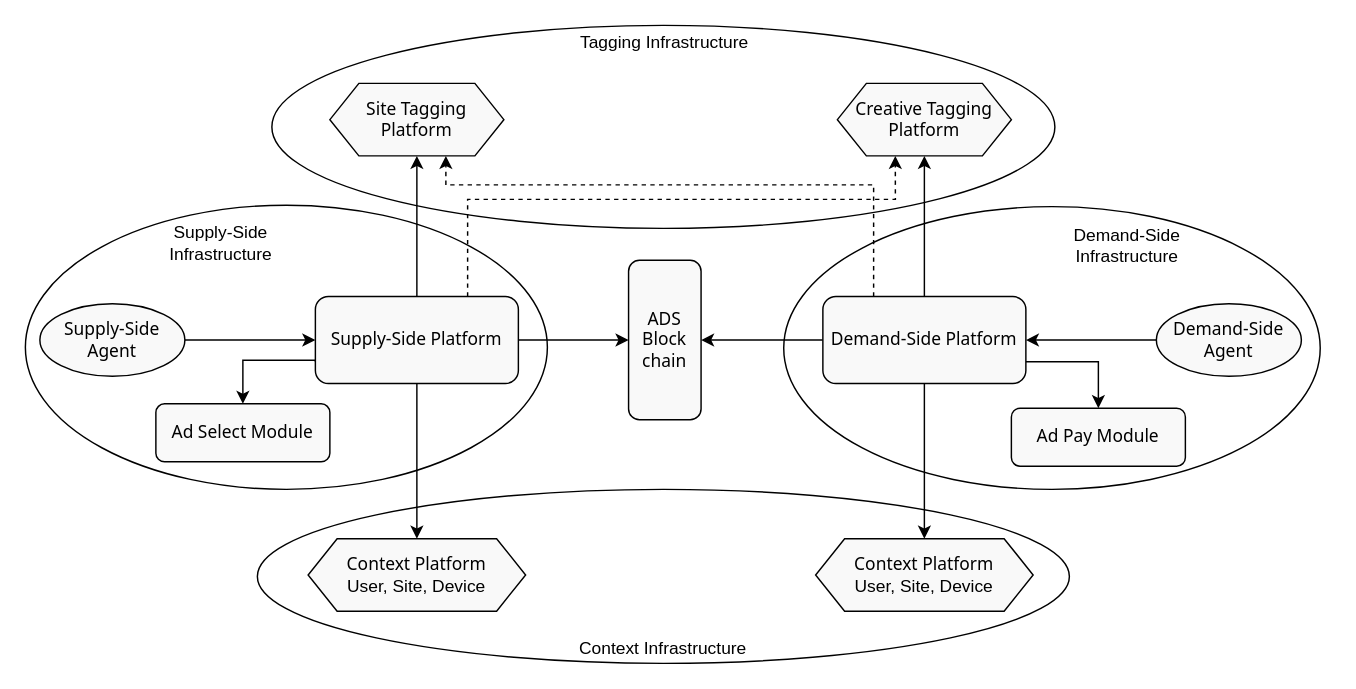
adshares/adshares-docs keeps this draw.io diagram as page "Overview" (1 of 3) of protocol/index.drawio. Above is the earlier version. Source tidied: cells renumbered, new cells numbered last; positions are measured from the earlier drawing's top-left corner, leaving out a move shared by most shapes. Both pictures are drawn from the tidied source at 145%, with x=0, y=0 at pixel (25, 25).
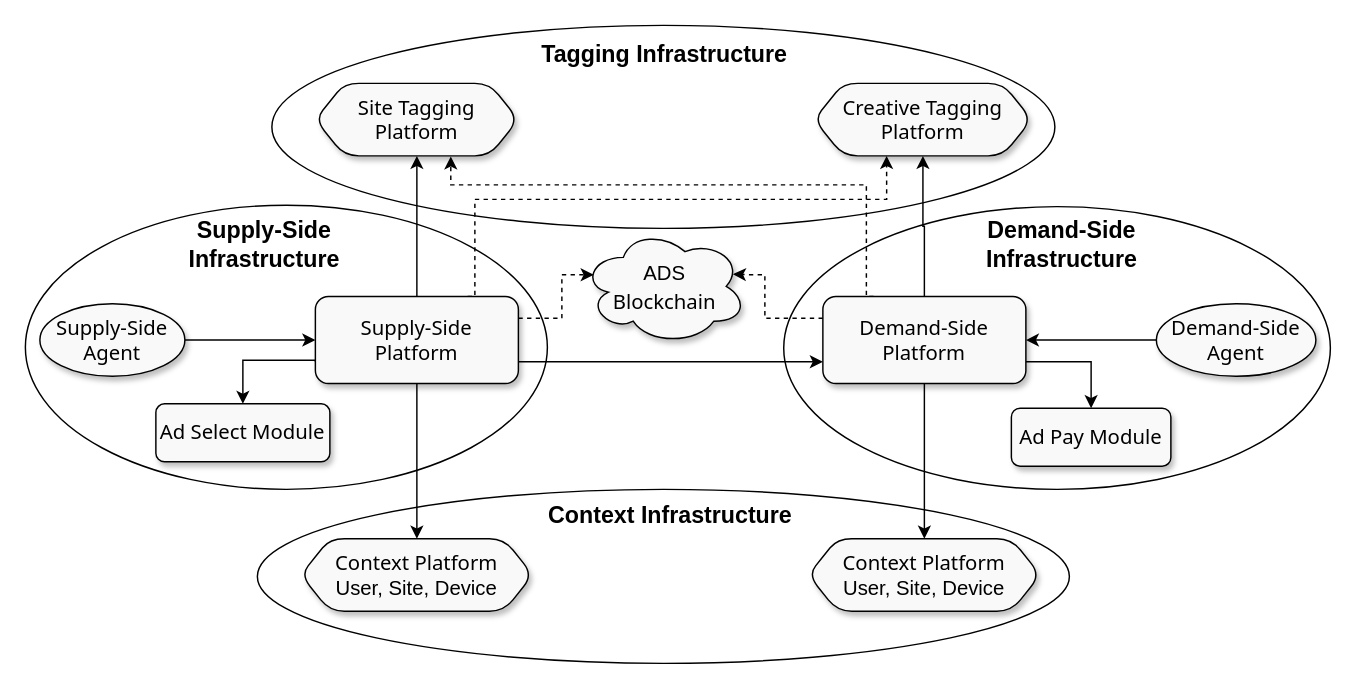
The same page after the edit.

The edit, as a diff of the source:
```diff
@@
-    <mxCell id="2" value="&lt;span style=&quot;font-family: &amp;quot;HCo Gotham&amp;quot;, system-ui, -apple-system, &amp;quot;Segoe UI&amp;quot;, Roboto, &amp;quot;Helvetica Neue&amp;quot;, Arial, &amp;quot;Noto Sans&amp;quot;, &amp;quot;Liberation Sans&amp;quot;, sans-serif, &amp;quot;Apple Color Emoji&amp;quot;, &amp;quot;Segoe UI Emoji&amp;quot;, &amp;quot;Segoe UI Symbol&amp;quot;, &amp;quot;Noto Color Emoji&amp;quot;; text-align: start;&quot;&gt;&lt;font style=&quot;font-size: 12px;&quot;&gt;ADS Block&lt;br&gt;chain&lt;/font&gt;&lt;/span&gt;" style="rounded=1;whiteSpace=wrap;html=1;shadow=0;glass=0;fontColor=#000000;strokeColor=#000000;fillColor=#F9F9F9;" parent="1" vertex="1">
-      <mxGeometry x="416" y="162" width="50" height="110" as="geometry" />
-    </mxCell>
@@
     <mxCell id="5" style="ellipse;whiteSpace=wrap;html=1;fillColor=none;strokeColor=#000000;fontColor=#000000;strokeWidth=1;shadow=0;" parent="1" vertex="1">
-      <mxGeometry x="523" y="125" width="370" height="195" as="geometry" />
+      <mxGeometry x="523" y="125" width="377" height="195" as="geometry" />
     </mxCell>
@@
-    <mxCell id="11" style="edgeStyle=orthogonalEdgeStyle;rounded=0;jettySize=auto;html=1;entryX=0;entryY=0.5;entryDx=0;entryDy=0;" parent="1" edge="1" source="13" target="2">
-      <mxGeometry relative="1" as="geometry" />
+    <mxCell id="11" style="edgeStyle=orthogonalEdgeStyle;rounded=0;jettySize=auto;html=1;entryX=0.07;entryY=0.4;entryDx=0;entryDy=0;exitX=1;exitY=0.25;exitDx=0;exitDy=0;dashed=1;entryPerimeter=0;" parent="1" edge="1" source="13" target="34">
+      <mxGeometry relative="1" as="geometry">
+        <Array as="points">
+          <mxPoint x="370" y="202" />
+          <mxPoint x="370" y="172" />
+        </Array>
+      </mxGeometry>
     </mxCell>
     <mxCell id="12" style="edgeStyle=orthogonalEdgeStyle;rounded=0;jettySize=auto;html=1;entryX=0.333;entryY=1;entryDx=0;entryDy=0;exitX=0.75;exitY=0;exitDx=0;exitDy=0;dashed=1;entryPerimeter=0;" parent="1" edge="1" source="13" target="20">
       <mxGeometry relative="1" as="geometry">
         <Array as="points">
-          <mxPoint x="305" y="120" />
-          <mxPoint x="600" y="120" />
+          <mxPoint x="310" y="187" />
+          <mxPoint x="310" y="120" />
+          <mxPoint x="594" y="120" />
         </Array>
       </mxGeometry>
     </mxCell>
+    <mxCell id="33" style="edgeStyle=orthogonalEdgeStyle;rounded=0;jettySize=auto;html=1;entryX=0;entryY=0.75;entryDx=0;entryDy=0;exitX=1;exitY=0.75;exitDx=0;exitDy=0;" parent="1" edge="1" source="13" target="19">
+      <mxGeometry relative="1" as="geometry" />
+    </mxCell>
-    <mxCell id="13" value="&lt;span style=&quot;font-family: &amp;quot;HCo Gotham&amp;quot;, system-ui, -apple-system, &amp;quot;Segoe UI&amp;quot;, Roboto, &amp;quot;Helvetica Neue&amp;quot;, Arial, &amp;quot;Noto Sans&amp;quot;, &amp;quot;Liberation Sans&amp;quot;, sans-serif, &amp;quot;Apple Color Emoji&amp;quot;, &amp;quot;Segoe UI Emoji&amp;quot;, &amp;quot;Segoe UI Symbol&amp;quot;, &amp;quot;Noto Color Emoji&amp;quot;; text-align: start;&quot;&gt;&lt;font style=&quot;font-size: 12px;&quot;&gt;Supply-Side Platform&lt;/font&gt;&lt;/span&gt;" style="rounded=1;whiteSpace=wrap;html=1;shadow=0;glass=0;fontColor=#000000;strokeColor=#000000;fillColor=#F9F9F9;" parent="1" vertex="1">
+    <mxCell id="13" value="&lt;span style=&quot;font-family: &amp;quot;HCo Gotham&amp;quot;, system-ui, -apple-system, &amp;quot;Segoe UI&amp;quot;, Roboto, &amp;quot;Helvetica Neue&amp;quot;, Arial, &amp;quot;Noto Sans&amp;quot;, &amp;quot;Liberation Sans&amp;quot;, sans-serif, &amp;quot;Apple Color Emoji&amp;quot;, &amp;quot;Segoe UI Emoji&amp;quot;, &amp;quot;Segoe UI Symbol&amp;quot;, &amp;quot;Noto Color Emoji&amp;quot;; text-align: start;&quot;&gt;&lt;font style=&quot;font-size: 14px;&quot;&gt;Supply-Side &lt;br&gt;Platform&lt;/font&gt;&lt;/span&gt;" style="rounded=1;whiteSpace=wrap;html=1;shadow=1;glass=0;fontColor=#000000;strokeColor=#000000;fillColor=#F9F9F9;" parent="1" vertex="1">
       <mxGeometry x="200" y="187" width="140" height="60" as="geometry" />
     </mxCell>
@@
-    <mxCell id="17" style="edgeStyle=orthogonalEdgeStyle;rounded=0;jettySize=auto;html=1;entryX=1;entryY=0.5;entryDx=0;entryDy=0;" parent="1" edge="1" source="19" target="2">
-      <mxGeometry relative="1" as="geometry" />
+    <mxCell id="17" style="edgeStyle=orthogonalEdgeStyle;rounded=0;jettySize=auto;html=1;exitX=0;exitY=0.25;exitDx=0;exitDy=0;dashed=1;entryX=0.916;entryY=0.395;entryDx=0;entryDy=0;entryPerimeter=0;" parent="1" edge="1" source="19" target="34">
+      <mxGeometry relative="1" as="geometry">
+        <Array as="points">
+          <mxPoint x="510" y="202" />
+          <mxPoint x="510" y="172" />
+          <mxPoint x="500" y="172" />
+        </Array>
+      </mxGeometry>
     </mxCell>
-    <mxCell id="18" style="edgeStyle=orthogonalEdgeStyle;rounded=0;jettySize=auto;html=1;dashed=1;exitX=0.25;exitY=0;exitDx=0;exitDy=0;" parent="1" edge="1" source="19">
+    <mxCell id="18" style="edgeStyle=orthogonalEdgeStyle;rounded=0;jettySize=auto;html=1;dashed=1;exitX=0.25;exitY=0;exitDx=0;exitDy=0;entryX=0.667;entryY=1.007;entryDx=0;entryDy=0;entryPerimeter=0;" parent="1" edge="1" source="19" target="21">
       <mxGeometry relative="1" as="geometry">
-        <mxPoint x="290" y="90" as="targetPoint" />
         <Array as="points">
-          <mxPoint x="585" y="110" />
-          <mxPoint x="290" y="110" />
+          <mxPoint x="580" y="187" />
+          <mxPoint x="580" y="110" />
+          <mxPoint x="293" y="110" />
         </Array>
       </mxGeometry>
     </mxCell>
-    <mxCell id="19" value="&lt;span style=&quot;border-color: var(--border-color); font-family: &amp;quot;HCo Gotham&amp;quot;, system-ui, -apple-system, &amp;quot;Segoe UI&amp;quot;, Roboto, &amp;quot;Helvetica Neue&amp;quot;, Arial, &amp;quot;Noto Sans&amp;quot;, &amp;quot;Liberation Sans&amp;quot;, sans-serif, &amp;quot;Apple Color Emoji&amp;quot;, &amp;quot;Segoe UI Emoji&amp;quot;, &amp;quot;Segoe UI Symbol&amp;quot;, &amp;quot;Noto Color Emoji&amp;quot;; text-align: start;&quot;&gt;&lt;font style=&quot;border-color: var(--border-color);&quot;&gt;Demand-Side Platform&lt;/font&gt;&lt;/span&gt;" style="rounded=1;whiteSpace=wrap;html=1;fontColor=#000000;strokeColor=#000000;shadow=0;fillColor=#F9F9F9;" parent="1" vertex="1">
+    <mxCell id="19" value="&lt;span style=&quot;border-color: var(--border-color); font-family: &amp;quot;HCo Gotham&amp;quot;, system-ui, -apple-system, &amp;quot;Segoe UI&amp;quot;, Roboto, &amp;quot;Helvetica Neue&amp;quot;, Arial, &amp;quot;Noto Sans&amp;quot;, &amp;quot;Liberation Sans&amp;quot;, sans-serif, &amp;quot;Apple Color Emoji&amp;quot;, &amp;quot;Segoe UI Emoji&amp;quot;, &amp;quot;Segoe UI Symbol&amp;quot;, &amp;quot;Noto Color Emoji&amp;quot;; text-align: start;&quot;&gt;&lt;font style=&quot;border-color: var(--border-color); font-size: 14px;&quot;&gt;Demand-Side Platform&lt;/font&gt;&lt;/span&gt;" style="rounded=1;whiteSpace=wrap;html=1;fontColor=#000000;strokeColor=#000000;shadow=1;fillColor=#F9F9F9;" parent="1" vertex="1">
       <mxGeometry x="550" y="187" width="140" height="60" as="geometry" />
     </mxCell>
-    <mxCell id="20" value="&lt;span style=&quot;font-family: &amp;quot;HCo Gotham&amp;quot;, system-ui, -apple-system, &amp;quot;Segoe UI&amp;quot;, Roboto, &amp;quot;Helvetica Neue&amp;quot;, Arial, &amp;quot;Noto Sans&amp;quot;, &amp;quot;Liberation Sans&amp;quot;, sans-serif, &amp;quot;Apple Color Emoji&amp;quot;, &amp;quot;Segoe UI Emoji&amp;quot;, &amp;quot;Segoe UI Symbol&amp;quot;, &amp;quot;Noto Color Emoji&amp;quot;; text-align: start;&quot;&gt;&lt;font style=&quot;font-size: 12px;&quot;&gt;Creative Tagging Platform&lt;/font&gt;&lt;/span&gt;&lt;b&gt;&lt;br&gt;&lt;/b&gt;" style="shape=hexagon;perimeter=hexagonPerimeter2;whiteSpace=wrap;html=1;fixedSize=1;fontColor=#000000;strokeColor=#000000;shadow=0;fillColor=#F9F9F9;" parent="1" vertex="1">
-      <mxGeometry x="560" y="40" width="120" height="50" as="geometry" />
+    <mxCell id="20" value="&lt;span style=&quot;font-family: &amp;quot;HCo Gotham&amp;quot;, system-ui, -apple-system, &amp;quot;Segoe UI&amp;quot;, Roboto, &amp;quot;Helvetica Neue&amp;quot;, Arial, &amp;quot;Noto Sans&amp;quot;, &amp;quot;Liberation Sans&amp;quot;, sans-serif, &amp;quot;Apple Color Emoji&amp;quot;, &amp;quot;Segoe UI Emoji&amp;quot;, &amp;quot;Segoe UI Symbol&amp;quot;, &amp;quot;Noto Color Emoji&amp;quot;; text-align: start;&quot;&gt;&lt;font style=&quot;font-size: 14px;&quot;&gt;Creative Tagging Platform&lt;/font&gt;&lt;/span&gt;&lt;b&gt;&lt;br&gt;&lt;/b&gt;" style="shape=hexagon;perimeter=hexagonPerimeter2;whiteSpace=wrap;html=1;fixedSize=1;fontColor=#000000;strokeColor=#000000;shadow=1;fillColor=#F9F9F9;rounded=1;" parent="1" vertex="1">
+      <mxGeometry x="544" y="40" width="150" height="50" as="geometry" />
     </mxCell>
-    <mxCell id="21" value="&lt;span style=&quot;font-family: &amp;quot;HCo Gotham&amp;quot;, system-ui, -apple-system, &amp;quot;Segoe UI&amp;quot;, Roboto, &amp;quot;Helvetica Neue&amp;quot;, Arial, &amp;quot;Noto Sans&amp;quot;, &amp;quot;Liberation Sans&amp;quot;, sans-serif, &amp;quot;Apple Color Emoji&amp;quot;, &amp;quot;Segoe UI Emoji&amp;quot;, &amp;quot;Segoe UI Symbol&amp;quot;, &amp;quot;Noto Color Emoji&amp;quot;; text-align: start;&quot;&gt;&lt;font style=&quot;font-size: 12px;&quot;&gt;Site Tagging&lt;br&gt;Platform&lt;/font&gt;&lt;/span&gt;" style="shape=hexagon;perimeter=hexagonPerimeter2;whiteSpace=wrap;html=1;fixedSize=1;fontColor=#000000;strokeColor=#000000;shadow=0;fillColor=#F9F9F9;" parent="1" vertex="1">
-      <mxGeometry x="210" y="40" width="120" height="50" as="geometry" />
+    <mxCell id="21" value="&lt;span style=&quot;font-family: &amp;quot;HCo Gotham&amp;quot;, system-ui, -apple-system, &amp;quot;Segoe UI&amp;quot;, Roboto, &amp;quot;Helvetica Neue&amp;quot;, Arial, &amp;quot;Noto Sans&amp;quot;, &amp;quot;Liberation Sans&amp;quot;, sans-serif, &amp;quot;Apple Color Emoji&amp;quot;, &amp;quot;Segoe UI Emoji&amp;quot;, &amp;quot;Segoe UI Symbol&amp;quot;, &amp;quot;Noto Color Emoji&amp;quot;; text-align: start;&quot;&gt;&lt;font style=&quot;font-size: 14px;&quot;&gt;Site Tagging&lt;br&gt;Platform&lt;/font&gt;&lt;/span&gt;" style="shape=hexagon;perimeter=hexagonPerimeter2;whiteSpace=wrap;html=1;fixedSize=1;fontColor=#000000;strokeColor=#000000;shadow=1;fillColor=#F9F9F9;rounded=1;" parent="1" vertex="1">
+      <mxGeometry x="200" y="40" width="140" height="50" as="geometry" />
     </mxCell>
@@
-    <mxCell id="23" value="&lt;span style=&quot;border-color: var(--border-color); font-family: &amp;quot;HCo Gotham&amp;quot;, system-ui, -apple-system, &amp;quot;Segoe UI&amp;quot;, Roboto, &amp;quot;Helvetica Neue&amp;quot;, Arial, &amp;quot;Noto Sans&amp;quot;, &amp;quot;Liberation Sans&amp;quot;, sans-serif, &amp;quot;Apple Color Emoji&amp;quot;, &amp;quot;Segoe UI Emoji&amp;quot;, &amp;quot;Segoe UI Symbol&amp;quot;, &amp;quot;Noto Color Emoji&amp;quot;; text-align: start;&quot;&gt;&lt;font style=&quot;border-color: var(--border-color);&quot;&gt;Demand-Side Agent&lt;/font&gt;&lt;/span&gt;" style="ellipse;whiteSpace=wrap;html=1;fontColor=#000000;strokeColor=#000000;shadow=0;fillColor=#F9F9F9;" parent="1" vertex="1">
-      <mxGeometry x="780" y="192" width="100" height="50" as="geometry" />
+    <mxCell id="23" value="&lt;span style=&quot;border-color: var(--border-color); font-family: &amp;quot;HCo Gotham&amp;quot;, system-ui, -apple-system, &amp;quot;Segoe UI&amp;quot;, Roboto, &amp;quot;Helvetica Neue&amp;quot;, Arial, &amp;quot;Noto Sans&amp;quot;, &amp;quot;Liberation Sans&amp;quot;, sans-serif, &amp;quot;Apple Color Emoji&amp;quot;, &amp;quot;Segoe UI Emoji&amp;quot;, &amp;quot;Segoe UI Symbol&amp;quot;, &amp;quot;Noto Color Emoji&amp;quot;; text-align: start;&quot;&gt;&lt;font style=&quot;border-color: var(--border-color); font-size: 14px;&quot;&gt;Demand-Side Agent&lt;/font&gt;&lt;/span&gt;" style="ellipse;whiteSpace=wrap;html=1;fontColor=#000000;strokeColor=#000000;shadow=1;fillColor=#F9F9F9;" parent="1" vertex="1">
+      <mxGeometry x="780" y="192" width="110" height="50" as="geometry" />
     </mxCell>
-    <mxCell id="24" value="&lt;span style=&quot;font-family: &amp;quot;HCo Gotham&amp;quot;, system-ui, -apple-system, &amp;quot;Segoe UI&amp;quot;, Roboto, &amp;quot;Helvetica Neue&amp;quot;, Arial, &amp;quot;Noto Sans&amp;quot;, &amp;quot;Liberation Sans&amp;quot;, sans-serif, &amp;quot;Apple Color Emoji&amp;quot;, &amp;quot;Segoe UI Emoji&amp;quot;, &amp;quot;Segoe UI Symbol&amp;quot;, &amp;quot;Noto Color Emoji&amp;quot;; text-align: start;&quot;&gt;&lt;font style=&quot;font-size: 12px;&quot;&gt;Supply-Side Agent&lt;/font&gt;&lt;/span&gt;" style="ellipse;whiteSpace=wrap;html=1;fontColor=#000000;strokeColor=#000000;shadow=0;fillColor=#F9F9F9;" parent="1" vertex="1">
+    <mxCell id="24" value="&lt;span style=&quot;font-family: &amp;quot;HCo Gotham&amp;quot;, system-ui, -apple-system, &amp;quot;Segoe UI&amp;quot;, Roboto, &amp;quot;Helvetica Neue&amp;quot;, Arial, &amp;quot;Noto Sans&amp;quot;, &amp;quot;Liberation Sans&amp;quot;, sans-serif, &amp;quot;Apple Color Emoji&amp;quot;, &amp;quot;Segoe UI Emoji&amp;quot;, &amp;quot;Segoe UI Symbol&amp;quot;, &amp;quot;Noto Color Emoji&amp;quot;; text-align: start;&quot;&gt;&lt;font style=&quot;font-size: 14px;&quot;&gt;Supply-Side Agent&lt;/font&gt;&lt;/span&gt;" style="ellipse;whiteSpace=wrap;html=1;fontColor=#000000;strokeColor=#000000;shadow=1;fillColor=#F9F9F9;" parent="1" vertex="1">
       <mxGeometry x="10" y="192" width="100" height="50" as="geometry" />
     </mxCell>
-    <mxCell id="25" value="&lt;span style=&quot;border-color: var(--border-color); font-family: &amp;quot;HCo Gotham&amp;quot;, system-ui, -apple-system, &amp;quot;Segoe UI&amp;quot;, Roboto, &amp;quot;Helvetica Neue&amp;quot;, Arial, &amp;quot;Noto Sans&amp;quot;, &amp;quot;Liberation Sans&amp;quot;, sans-serif, &amp;quot;Apple Color Emoji&amp;quot;, &amp;quot;Segoe UI Emoji&amp;quot;, &amp;quot;Segoe UI Symbol&amp;quot;, &amp;quot;Noto Color Emoji&amp;quot;; text-align: start;&quot;&gt;&lt;font style=&quot;border-color: var(--border-color);&quot;&gt;Ad Select Module&lt;/font&gt;&lt;/span&gt;" style="rounded=1;whiteSpace=wrap;html=1;fontColor=#000000;strokeColor=#000000;shadow=0;fillColor=#F9F9F9;" parent="1" vertex="1">
+    <mxCell id="25" value="&lt;span style=&quot;border-color: var(--border-color); font-family: &amp;quot;HCo Gotham&amp;quot;, system-ui, -apple-system, &amp;quot;Segoe UI&amp;quot;, Roboto, &amp;quot;Helvetica Neue&amp;quot;, Arial, &amp;quot;Noto Sans&amp;quot;, &amp;quot;Liberation Sans&amp;quot;, sans-serif, &amp;quot;Apple Color Emoji&amp;quot;, &amp;quot;Segoe UI Emoji&amp;quot;, &amp;quot;Segoe UI Symbol&amp;quot;, &amp;quot;Noto Color Emoji&amp;quot;; text-align: start;&quot;&gt;&lt;font style=&quot;border-color: var(--border-color); font-size: 14px;&quot;&gt;Ad Select Module&lt;/font&gt;&lt;/span&gt;" style="rounded=1;whiteSpace=wrap;html=1;fontColor=#000000;strokeColor=#000000;shadow=1;fillColor=#F9F9F9;" parent="1" vertex="1">
       <mxGeometry x="90" y="261" width="120" height="40" as="geometry" />
     </mxCell>
-    <mxCell id="26" value="&lt;span style=&quot;border-color: var(--border-color); font-family: &amp;quot;HCo Gotham&amp;quot;, system-ui, -apple-system, &amp;quot;Segoe UI&amp;quot;, Roboto, &amp;quot;Helvetica Neue&amp;quot;, Arial, &amp;quot;Noto Sans&amp;quot;, &amp;quot;Liberation Sans&amp;quot;, sans-serif, &amp;quot;Apple Color Emoji&amp;quot;, &amp;quot;Segoe UI Emoji&amp;quot;, &amp;quot;Segoe UI Symbol&amp;quot;, &amp;quot;Noto Color Emoji&amp;quot;; text-align: start;&quot;&gt;&lt;font style=&quot;border-color: var(--border-color);&quot;&gt;Ad Pay Module&lt;/font&gt;&lt;/span&gt;" style="rounded=1;whiteSpace=wrap;html=1;fontColor=#000000;strokeColor=#000000;shadow=0;fillColor=#F9F9F9;" parent="1" vertex="1">
-      <mxGeometry x="680" y="264" width="120" height="40" as="geometry" />
+    <mxCell id="26" value="&lt;span style=&quot;border-color: var(--border-color); font-family: &amp;quot;HCo Gotham&amp;quot;, system-ui, -apple-system, &amp;quot;Segoe UI&amp;quot;, Roboto, &amp;quot;Helvetica Neue&amp;quot;, Arial, &amp;quot;Noto Sans&amp;quot;, &amp;quot;Liberation Sans&amp;quot;, sans-serif, &amp;quot;Apple Color Emoji&amp;quot;, &amp;quot;Segoe UI Emoji&amp;quot;, &amp;quot;Segoe UI Symbol&amp;quot;, &amp;quot;Noto Color Emoji&amp;quot;; text-align: start;&quot;&gt;&lt;font style=&quot;border-color: var(--border-color); font-size: 14px;&quot;&gt;Ad Pay Module&lt;/font&gt;&lt;/span&gt;" style="rounded=1;whiteSpace=wrap;html=1;fontColor=#000000;strokeColor=#000000;shadow=1;fillColor=#F9F9F9;" parent="1" vertex="1">
+      <mxGeometry x="680" y="264" width="110" height="40" as="geometry" />
     </mxCell>
-    <mxCell id="27" value="Context Infrastructure" style="text;html=1;strokeColor=none;fillColor=none;align=center;verticalAlign=middle;whiteSpace=wrap;rounded=0;dashed=1;fontColor=#000000;shadow=0;" parent="1" vertex="1">
-      <mxGeometry x="360" y="420" width="160" height="20" as="geometry" />
+    <mxCell id="27" value="&lt;font style=&quot;font-size: 16px;&quot;&gt;Context Infrastructure&lt;/font&gt;" style="text;html=1;strokeColor=none;fillColor=none;align=center;verticalAlign=middle;whiteSpace=wrap;rounded=0;dashed=1;fontColor=#000000;shadow=0;fontStyle=1;" parent="1" vertex="1">
+      <mxGeometry x="345" y="328" width="200" height="20" as="geometry" />
     </mxCell>
-    <mxCell id="28" value="Tagging Infrastructure" style="text;html=1;strokeColor=none;fillColor=none;align=center;verticalAlign=middle;whiteSpace=wrap;rounded=0;dashed=1;fontColor=#000000;shadow=0;" parent="1" vertex="1">
-      <mxGeometry x="341" y="2" width="200" height="20" as="geometry" />
+    <mxCell id="28" value="&lt;font style=&quot;font-size: 16px;&quot;&gt;Tagging Infrastructure&lt;/font&gt;" style="text;html=1;strokeColor=none;fillColor=none;align=center;verticalAlign=middle;whiteSpace=wrap;rounded=0;dashed=1;fontColor=#000000;shadow=0;fontStyle=1;" parent="1" vertex="1">
+      <mxGeometry x="341" y="10" width="200" height="20" as="geometry" />
     </mxCell>
-    <mxCell id="29" value="Demand-Side Infrastructure" style="text;html=1;strokeColor=none;fillColor=none;align=center;verticalAlign=middle;whiteSpace=wrap;rounded=0;dashed=1;fontColor=#000000;shadow=0;" parent="1" vertex="1">
-      <mxGeometry x="720" y="142" width="80" height="20" as="geometry" />
+    <mxCell id="29" value="&lt;font style=&quot;font-size: 16px;&quot;&gt;Demand-Side Infrastructure&lt;/font&gt;" style="text;html=1;strokeColor=none;fillColor=none;align=center;verticalAlign=middle;whiteSpace=wrap;rounded=0;dashed=1;fontColor=#000000;shadow=0;fontStyle=1;" parent="1" vertex="1">
+      <mxGeometry x="635" y="141" width="160" height="20" as="geometry" />
     </mxCell>
-    <mxCell id="30" value="Supply-Side Infrastructure" style="text;html=1;strokeColor=none;fillColor=none;align=center;verticalAlign=middle;whiteSpace=wrap;rounded=0;dashed=1;fontColor=#000000;shadow=0;" parent="1" vertex="1">
-      <mxGeometry x="90" y="140" width="90" height="20" as="geometry" />
+    <mxCell id="30" value="&lt;font style=&quot;font-size: 16px;&quot;&gt;Supply-Side Infrastructure&lt;/font&gt;" style="text;html=1;strokeColor=none;fillColor=none;align=center;verticalAlign=middle;whiteSpace=wrap;rounded=0;dashed=1;fontColor=#000000;shadow=0;fontStyle=1;" parent="1" vertex="1">
+      <mxGeometry x="105" y="141" width="120" height="20" as="geometry" />
     </mxCell>
-    <mxCell id="31" value="&lt;font style=&quot;font-size: 12px;&quot;&gt;&lt;span style=&quot;font-family: &amp;quot;HCo Gotham&amp;quot;, system-ui, -apple-system, &amp;quot;Segoe UI&amp;quot;, Roboto, &amp;quot;Helvetica Neue&amp;quot;, Arial, &amp;quot;Noto Sans&amp;quot;, &amp;quot;Liberation Sans&amp;quot;, sans-serif, &amp;quot;Apple Color Emoji&amp;quot;, &amp;quot;Segoe UI Emoji&amp;quot;, &amp;quot;Segoe UI Symbol&amp;quot;, &amp;quot;Noto Color Emoji&amp;quot;; text-align: start;&quot;&gt;Context Platform&lt;br&gt;&lt;/span&gt;&lt;/font&gt;User, Site, Device" style="shape=hexagon;perimeter=hexagonPerimeter2;whiteSpace=wrap;html=1;fixedSize=1;fontColor=#000000;strokeColor=#000000;shadow=0;fillColor=#F9F9F9;" parent="1" vertex="1">
-      <mxGeometry x="195" y="354" width="150" height="50" as="geometry" />
+    <mxCell id="31" value="&lt;font style=&quot;font-size: 14px;&quot;&gt;&lt;font style=&quot;&quot;&gt;&lt;span style=&quot;font-family: &amp;quot;HCo Gotham&amp;quot;, system-ui, -apple-system, &amp;quot;Segoe UI&amp;quot;, Roboto, &amp;quot;Helvetica Neue&amp;quot;, Arial, &amp;quot;Noto Sans&amp;quot;, &amp;quot;Liberation Sans&amp;quot;, sans-serif, &amp;quot;Apple Color Emoji&amp;quot;, &amp;quot;Segoe UI Emoji&amp;quot;, &amp;quot;Segoe UI Symbol&amp;quot;, &amp;quot;Noto Color Emoji&amp;quot;; text-align: start;&quot;&gt;Context Platform&lt;br&gt;&lt;/span&gt;&lt;/font&gt;User, Site, Device&lt;/font&gt;" style="shape=hexagon;perimeter=hexagonPerimeter2;whiteSpace=wrap;html=1;fixedSize=1;fontColor=#000000;strokeColor=#000000;shadow=1;fillColor=#F9F9F9;rounded=1;" parent="1" vertex="1">
+      <mxGeometry x="190" y="354" width="160" height="50" as="geometry" />
     </mxCell>
-    <mxCell id="32" value="&lt;font style=&quot;font-size: 12px;&quot;&gt;&lt;span style=&quot;font-family: &amp;quot;HCo Gotham&amp;quot;, system-ui, -apple-system, &amp;quot;Segoe UI&amp;quot;, Roboto, &amp;quot;Helvetica Neue&amp;quot;, Arial, &amp;quot;Noto Sans&amp;quot;, &amp;quot;Liberation Sans&amp;quot;, sans-serif, &amp;quot;Apple Color Emoji&amp;quot;, &amp;quot;Segoe UI Emoji&amp;quot;, &amp;quot;Segoe UI Symbol&amp;quot;, &amp;quot;Noto Color Emoji&amp;quot;; text-align: start;&quot;&gt;Context Platform&lt;br&gt;&lt;/span&gt;&lt;/font&gt;User, Site, Device" style="shape=hexagon;perimeter=hexagonPerimeter2;whiteSpace=wrap;html=1;fixedSize=1;fontColor=#000000;strokeColor=#000000;shadow=0;fillColor=#F9F9F9;" parent="1" vertex="1">
-      <mxGeometry x="545" y="354" width="150" height="50" as="geometry" />
+    <mxCell id="32" value="&lt;font style=&quot;font-size: 14px;&quot;&gt;&lt;font style=&quot;&quot;&gt;&lt;span style=&quot;font-family: &amp;quot;HCo Gotham&amp;quot;, system-ui, -apple-system, &amp;quot;Segoe UI&amp;quot;, Roboto, &amp;quot;Helvetica Neue&amp;quot;, Arial, &amp;quot;Noto Sans&amp;quot;, &amp;quot;Liberation Sans&amp;quot;, sans-serif, &amp;quot;Apple Color Emoji&amp;quot;, &amp;quot;Segoe UI Emoji&amp;quot;, &amp;quot;Segoe UI Symbol&amp;quot;, &amp;quot;Noto Color Emoji&amp;quot;; text-align: start;&quot;&gt;Context Platform&lt;br&gt;&lt;/span&gt;&lt;/font&gt;User, Site, Device&lt;/font&gt;" style="shape=hexagon;perimeter=hexagonPerimeter2;whiteSpace=wrap;html=1;fixedSize=1;fontColor=#000000;strokeColor=#000000;shadow=1;fillColor=#F9F9F9;rounded=1;" parent="1" vertex="1">
+      <mxGeometry x="540" y="354" width="160" height="50" as="geometry" />
     </mxCell>
+    <mxCell id="34" value="&lt;font style=&quot;font-size: 14px;&quot; color=&quot;#000000&quot;&gt;ADS&lt;br style=&quot;border-color: var(--border-color); font-family: &amp;quot;HCo Gotham&amp;quot;, system-ui, -apple-system, &amp;quot;Segoe UI&amp;quot;, Roboto, &amp;quot;Helvetica Neue&amp;quot;, Arial, &amp;quot;Noto Sans&amp;quot;, &amp;quot;Liberation Sans&amp;quot;, sans-serif, &amp;quot;Apple Color Emoji&amp;quot;, &amp;quot;Segoe UI Emoji&amp;quot;, &amp;quot;Segoe UI Symbol&amp;quot;, &amp;quot;Noto Color Emoji&amp;quot;; text-align: start;&quot;&gt;&lt;span style=&quot;font-family: &amp;quot;HCo Gotham&amp;quot;, system-ui, -apple-system, &amp;quot;Segoe UI&amp;quot;, Roboto, &amp;quot;Helvetica Neue&amp;quot;, Arial, &amp;quot;Noto Sans&amp;quot;, &amp;quot;Liberation Sans&amp;quot;, sans-serif, &amp;quot;Apple Color Emoji&amp;quot;, &amp;quot;Segoe UI Emoji&amp;quot;, &amp;quot;Segoe UI Symbol&amp;quot;, &amp;quot;Noto Color Emoji&amp;quot;; text-align: start;&quot;&gt;Blockchain&lt;/span&gt;&lt;/font&gt;" style="ellipse;shape=cloud;whiteSpace=wrap;html=1;rounded=1;shadow=1;fontSize=16;fontColor=#999999;fillColor=#F9F9F9;" parent="1" vertex="1">
+      <mxGeometry x="384" y="140" width="113.5" height="80" as="geometry" />
+    </mxCell>
```
